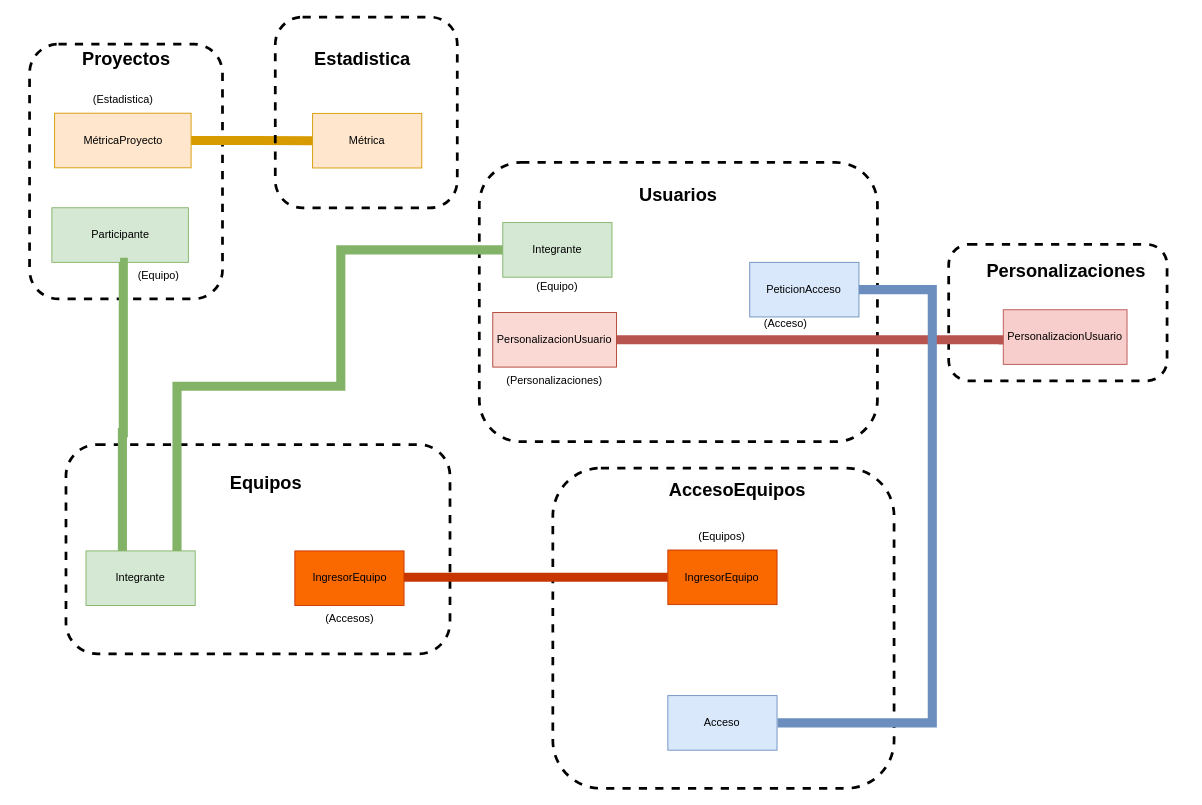
Migue1409-KP/DOO-working-group keeps this draw.io diagram as page "VisualStoriMapingV2" (12 of 17) of CoTasker_BoundedContext.drawio. Above is the earlier version. Source tidied: cells renumbered, new cells numbered last; positions are measured from the earlier drawing's top-left corner, leaving out a move shared by most shapes. Both pictures are drawn from the tidied source at 91%, with x=0, y=0 at pixel (15, 16).
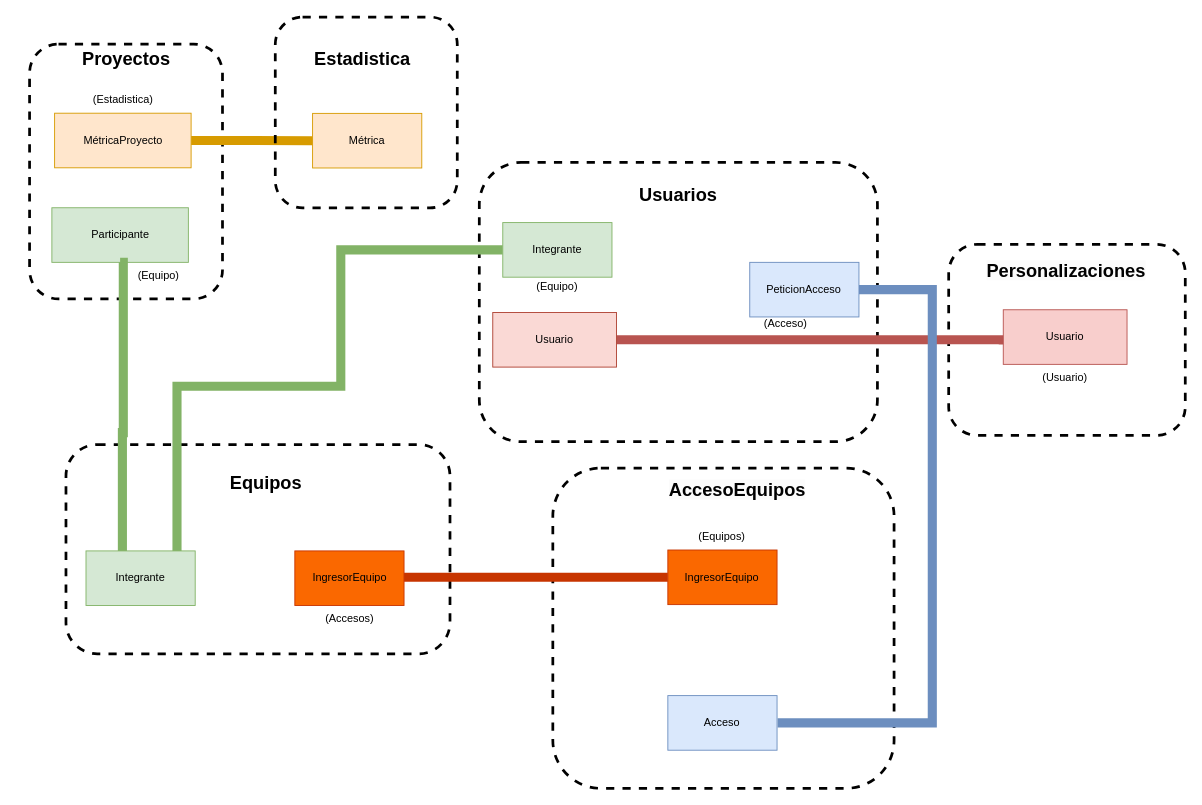
The same page after the edit.

Change to the diagram source:
```diff
@@
     <mxCell id="3" style="rounded=1;whiteSpace=wrap;html=1;dashed=1;fillColor=none;strokeWidth=3;" parent="1" vertex="1">
-      <mxGeometry x="1025" y="250" width="240" height="150" as="geometry" />
+      <mxGeometry x="1025" y="250" width="260" height="210" as="geometry" />
     </mxCell>
@@
-    <mxCell id="24" value="PersonalizacionUsuario" style="rounded=0;whiteSpace=wrap;html=1;fillColor=#fad9d5;strokeColor=#ae4132;" parent="1" vertex="1">
+    <mxCell id="24" value="Usuario" style="rounded=0;whiteSpace=wrap;html=1;fillColor=#fad9d5;strokeColor=#ae4132;" parent="1" vertex="1">
       <mxGeometry x="524" y="324.9" width="136" height="60" as="geometry" />
     </mxCell>
@@
-    <mxCell id="28" value="(Personalizaciones)" style="text;html=1;strokeColor=none;fillColor=none;align=center;verticalAlign=middle;whiteSpace=wrap;rounded=0;" parent="1" vertex="1">
-      <mxGeometry x="562" y="384.9" width="60" height="30" as="geometry" />
+    <mxCell id="28" value="(Usuario)" style="text;html=1;strokeColor=none;fillColor=none;align=center;verticalAlign=middle;whiteSpace=wrap;rounded=0;" parent="1" vertex="1">
+      <mxGeometry x="1123" y="381.9" width="60" height="30" as="geometry" />
     </mxCell>
-    <mxCell id="29" value="PersonalizacionUsuario" style="rounded=0;whiteSpace=wrap;html=1;fillColor=#f8cecc;strokeColor=#b85450;" parent="1" vertex="1">
+    <mxCell id="29" value="Usuario" style="rounded=0;whiteSpace=wrap;html=1;fillColor=#f8cecc;strokeColor=#b85450;" parent="1" vertex="1">
       <mxGeometry x="1085" y="321.9" width="136" height="60" as="geometry" />
     </mxCell>
```
